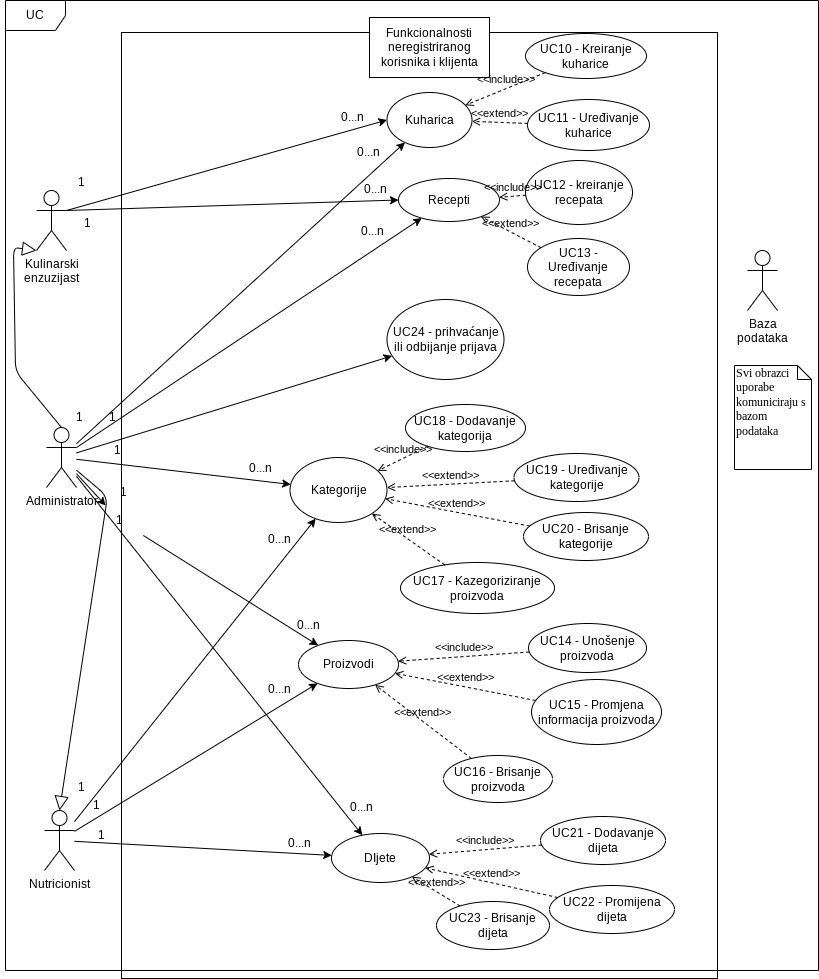
The draw.io diagram Dokumentacija/dijagrami/dijagram-obrazaca-uporabe-kulinarskog-entuzijasta-i-nutricionista.png in glatkobrasno/wall-e-zohari, before a commit. Source tidied: cells renumbered, new cells last; positions are measured from the earlier drawing's top-left corner, leaving out a move shared by most shapes.
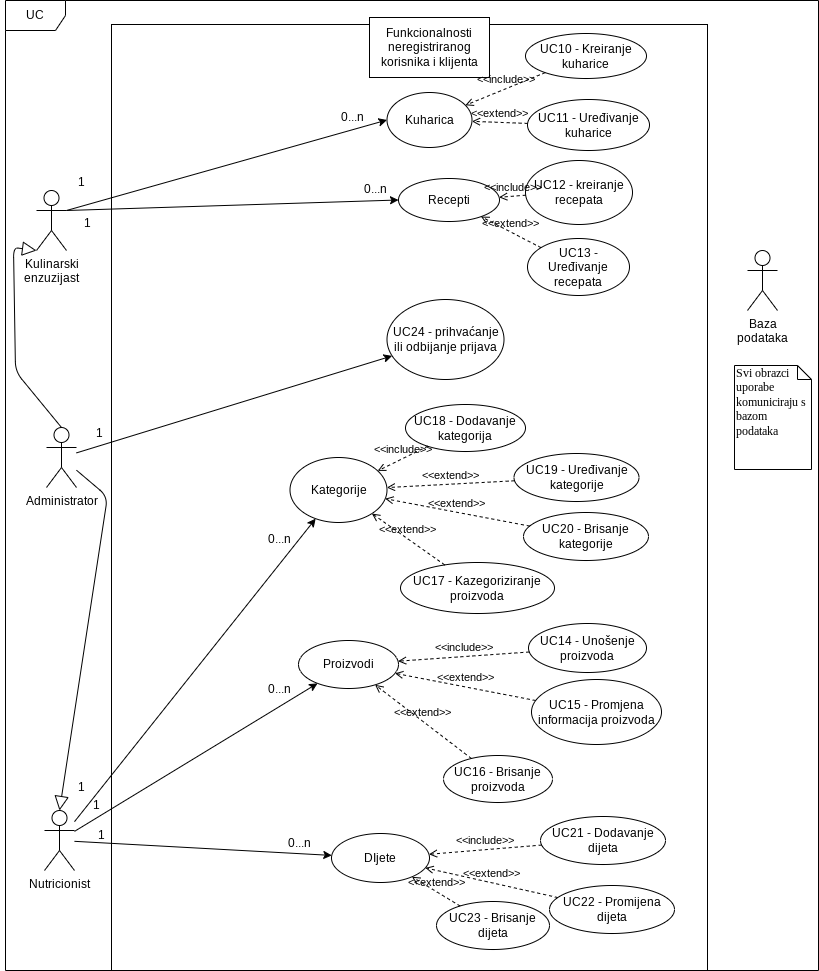
After the commit.

Change to the diagram source:
```diff
@@ -3,7 +3,7 @@
     <mxCell id="0" />
     <mxCell id="1" parent="0" />
     <mxCell id="2" style="html=1;whiteSpace=wrap;" parent="1" vertex="1">
-      <mxGeometry x="116" y="32" width="596" height="946" as="geometry" />
+      <mxGeometry x="106" y="24" width="596" height="946" as="geometry" />
     </mxCell>
     <mxCell id="3" value="Kulinarski&lt;br&gt;enzuzijast" style="shape=umlActor;verticalLabelPosition=bottom;verticalAlign=top;html=1;outlineConnect=0;labelBackgroundColor=none;rounded=0;" parent="1" vertex="1">
       <mxGeometry x="31" y="190" width="30" height="60" as="geometry" />
@@ -68,12 +68,6 @@
     <mxCell id="20" style="endArrow=classic;html=1;" parent="1" edge="1" source="16" target="19">
       <mxGeometry relative="1" as="geometry" />
     </mxCell>
-    <mxCell id="21" style="endArrow=classic;html=1;" parent="1" edge="1" source="16" target="8">
-      <mxGeometry relative="1" as="geometry" />
-    </mxCell>
-    <mxCell id="22" style="endArrow=classic;html=1;" parent="1" edge="1" source="16" target="12">
-      <mxGeometry relative="1" as="geometry" />
-    </mxCell>
     <mxCell id="23" value="Proizvodi" style="ellipse;whiteSpace=wrap;html=1;" parent="1" vertex="1">
       <mxGeometry x="293" y="640" width="100" height="48" as="geometry" />
     </mxCell>
@@ -113,15 +107,6 @@
     <mxCell id="35" value="UC23 - Brisanje dijeta" style="ellipse;whiteSpace=wrap;html=1;" parent="1" vertex="1">
       <mxGeometry x="431" y="901" width="113" height="48" as="geometry" />
     </mxCell>
-    <mxCell id="36" style="endArrow=classic;html=1;" parent="1" edge="1" source="16" target="24">
-      <mxGeometry relative="1" as="geometry" />
-    </mxCell>
-    <mxCell id="37" style="endArrow=classic;html=1;" parent="1" edge="1" source="64" target="23">
-      <mxGeometry relative="1" as="geometry" />
-    </mxCell>
-    <mxCell id="38" style="endArrow=classic;html=1;" parent="1" edge="1" source="16" target="25">
-      <mxGeometry relative="1" as="geometry" />
-    </mxCell>
     <mxCell id="39" style="endArrow=classic;html=1;" parent="1" edge="1" source="4" target="24">
       <mxGeometry relative="1" as="geometry" />
     </mxCell>
@@ -182,24 +167,9 @@
     <mxCell id="58" value="1" style="text;html=1;strokeColor=none;fillColor=none;align=center;verticalAlign=middle;whiteSpace=wrap;rounded=0;" parent="1" vertex="1">
       <mxGeometry x="52" y="208" width="60" height="30" as="geometry" />
     </mxCell>
-    <mxCell id="59" value="1" style="text;html=1;strokeColor=none;fillColor=none;align=center;verticalAlign=middle;whiteSpace=wrap;rounded=0;" parent="1" vertex="1">
-      <mxGeometry x="44" y="402" width="60" height="30" as="geometry" />
-    </mxCell>
     <mxCell id="60" value="1" style="text;html=1;strokeColor=none;fillColor=none;align=center;verticalAlign=middle;whiteSpace=wrap;rounded=0;" parent="1" vertex="1">
-      <mxGeometry x="77" y="402" width="60" height="30" as="geometry" />
+      <mxGeometry x="64" y="418" width="60" height="30" as="geometry" />
     </mxCell>
-    <mxCell id="61" value="1" style="text;html=1;strokeColor=none;fillColor=none;align=center;verticalAlign=middle;whiteSpace=wrap;rounded=0;" parent="1" vertex="1">
-      <mxGeometry x="82" y="435" width="60" height="30" as="geometry" />
-    </mxCell>
-    <mxCell id="62" value="1" style="text;html=1;strokeColor=none;fillColor=none;align=center;verticalAlign=middle;whiteSpace=wrap;rounded=0;" parent="1" vertex="1">
-      <mxGeometry x="88" y="477" width="60" height="30" as="geometry" />
-    </mxCell>
-    <mxCell id="63" style="endArrow=classic;html=1;" parent="1" edge="1" source="16" target="64">
-      <mxGeometry relative="1" as="geometry" />
-    </mxCell>
-    <mxCell id="64" value="1" style="text;html=1;strokeColor=none;fillColor=none;align=center;verticalAlign=middle;whiteSpace=wrap;rounded=0;" parent="1" vertex="1">
-      <mxGeometry x="84" y="505" width="60" height="30" as="geometry" />
-    </mxCell>
     <mxCell id="65" value="1" style="text;html=1;strokeColor=none;fillColor=none;align=center;verticalAlign=middle;whiteSpace=wrap;rounded=0;" parent="1" vertex="1">
       <mxGeometry x="46" y="772" width="60" height="30" as="geometry" />
     </mxCell>
@@ -212,30 +182,15 @@
     <mxCell id="68" value="0...n&lt;br&gt;" style="text;html=1;strokeColor=none;fillColor=none;align=center;verticalAlign=middle;whiteSpace=wrap;rounded=0;" parent="1" vertex="1">
       <mxGeometry x="317" y="102" width="60" height="30" as="geometry" />
     </mxCell>
-    <mxCell id="69" value="0...n&lt;br&gt;" style="text;html=1;strokeColor=none;fillColor=none;align=center;verticalAlign=middle;whiteSpace=wrap;rounded=0;" parent="1" vertex="1">
-      <mxGeometry x="333" y="137" width="60" height="30" as="geometry" />
-    </mxCell>
     <mxCell id="70" value="0...n&lt;br&gt;" style="text;html=1;strokeColor=none;fillColor=none;align=center;verticalAlign=middle;whiteSpace=wrap;rounded=0;" parent="1" vertex="1">
       <mxGeometry x="340" y="174" width="60" height="30" as="geometry" />
     </mxCell>
-    <mxCell id="71" value="0...n&lt;br&gt;" style="text;html=1;strokeColor=none;fillColor=none;align=center;verticalAlign=middle;whiteSpace=wrap;rounded=0;" parent="1" vertex="1">
-      <mxGeometry x="337" y="216" width="60" height="30" as="geometry" />
-    </mxCell>
-    <mxCell id="72" value="0...n&lt;br&gt;" style="text;html=1;strokeColor=none;fillColor=none;align=center;verticalAlign=middle;whiteSpace=wrap;rounded=0;" parent="1" vertex="1">
-      <mxGeometry x="224.5" y="453" width="60" height="30" as="geometry" />
-    </mxCell>
     <mxCell id="73" value="0...n&lt;br&gt;" style="text;html=1;strokeColor=none;fillColor=none;align=center;verticalAlign=middle;whiteSpace=wrap;rounded=0;" parent="1" vertex="1">
       <mxGeometry x="244" y="524" width="60" height="30" as="geometry" />
     </mxCell>
-    <mxCell id="74" value="0...n&lt;br&gt;" style="text;html=1;strokeColor=none;fillColor=none;align=center;verticalAlign=middle;whiteSpace=wrap;rounded=0;" parent="1" vertex="1">
-      <mxGeometry x="273" y="610" width="60" height="30" as="geometry" />
-    </mxCell>
     <mxCell id="75" value="0...n&lt;br&gt;" style="text;html=1;strokeColor=none;fillColor=none;align=center;verticalAlign=middle;whiteSpace=wrap;rounded=0;" parent="1" vertex="1">
       <mxGeometry x="244" y="674" width="60" height="30" as="geometry" />
     </mxCell>
-    <mxCell id="76" value="0...n&lt;br&gt;" style="text;html=1;strokeColor=none;fillColor=none;align=center;verticalAlign=middle;whiteSpace=wrap;rounded=0;" parent="1" vertex="1">
-      <mxGeometry x="326" y="792" width="60" height="30" as="geometry" />
-    </mxCell>
     <mxCell id="77" value="0...n&lt;br&gt;" style="text;html=1;strokeColor=none;fillColor=none;align=center;verticalAlign=middle;whiteSpace=wrap;rounded=0;" parent="1" vertex="1">
       <mxGeometry x="264" y="828" width="60" height="30" as="geometry" />
     </mxCell>
```
